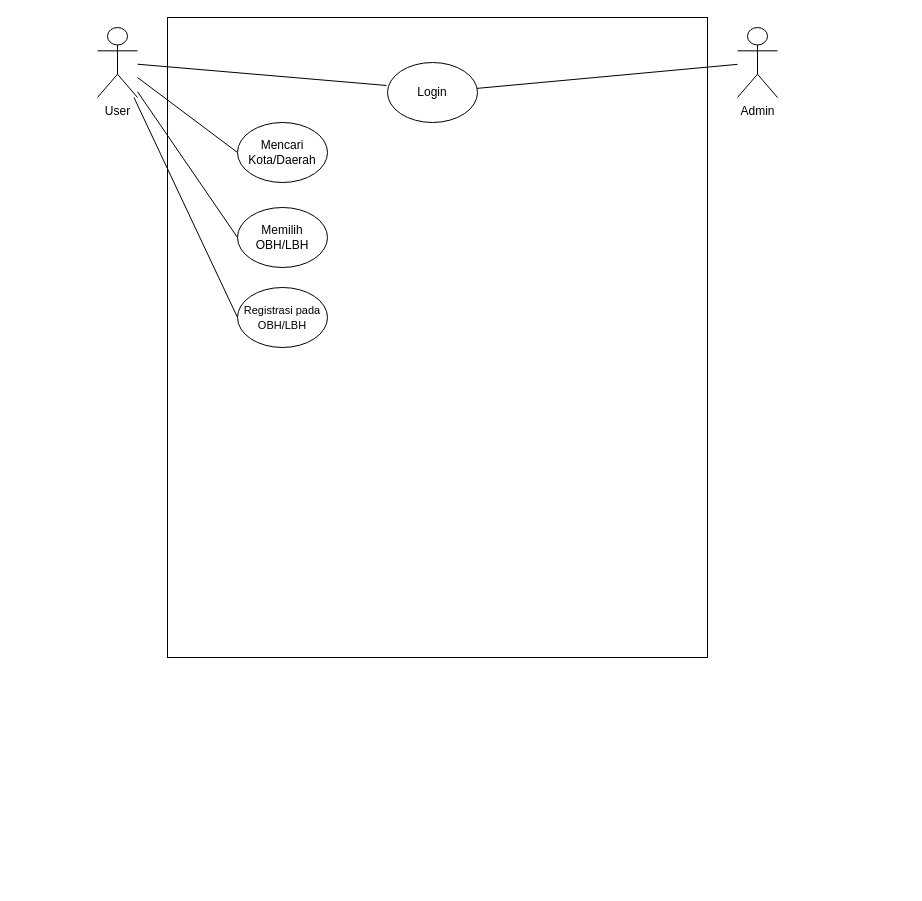
naufalfirman23/FILE-DIAGRAM keeps this draw.io diagram as All_Diagram-PUI.drawio. Above is the earlier version. Source tidied: cells renumbered, new cells numbered last; positions are measured from the earlier drawing's top-left corner, leaving out a move shared by most shapes. Both pictures are drawn from the tidied source at 100%, with x=0, y=0 at pixel (97, 17).
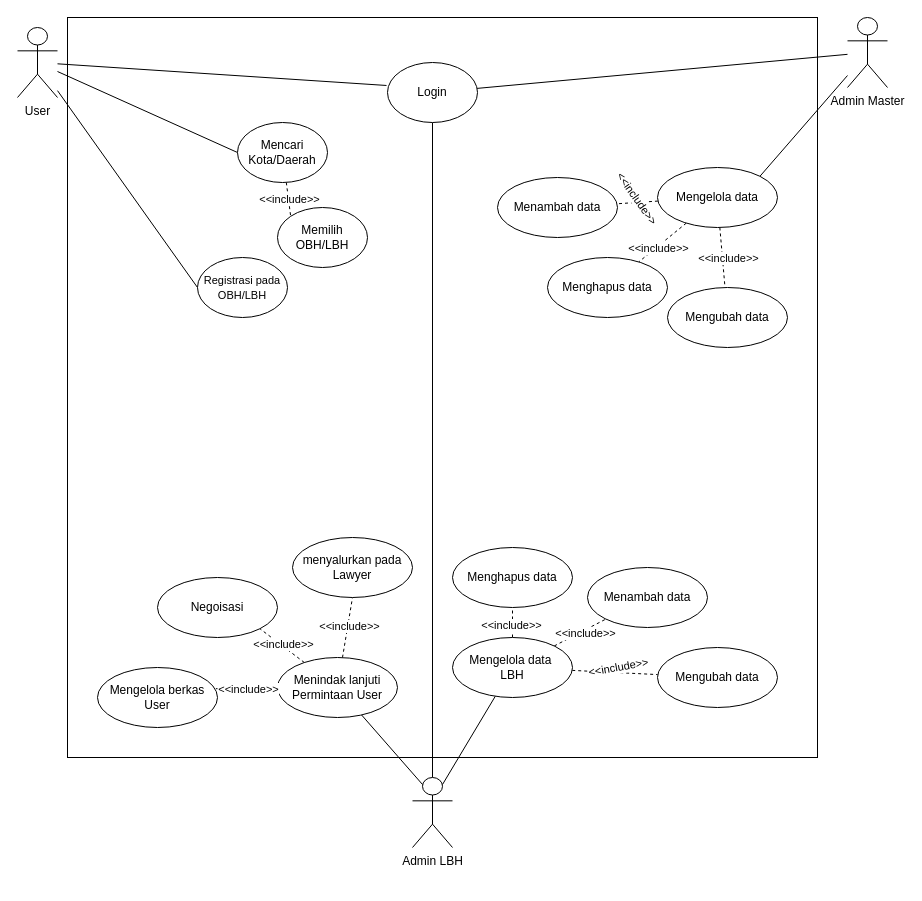
Above is the later version.

Unchanged cells that the change refers to:
```xml
<mxCell id="9" value="Login" style="ellipse;whiteSpace=wrap;html=1;" parent="1" vertex="1">
  <mxGeometry x="290" y="45" width="90" height="60" as="geometry" />
</mxCell>
<mxCell id="11" value="Mencari Kota/Daerah" style="ellipse;whiteSpace=wrap;html=1;" parent="1" vertex="1">
  <mxGeometry x="140" y="105" width="90" height="60" as="geometry" />
</mxCell>
```

The edit, as a diff of the source:
```diff
@@
-    <mxCell id="2" style="rounded=0;whiteSpace=wrap;html=1;" parent="1" vertex="1">
-      <mxGeometry x="70" width="540" height="640" as="geometry" />
-    </mxCell>
+    <mxCell id="14" style="rounded=0;whiteSpace=wrap;html=1;" parent="1" vertex="1">
+      <mxGeometry x="-30" width="750" height="740" as="geometry" />
+    </mxCell>
@@
+    <mxCell id="15" style="rounded=0;jettySize=auto;html=1;entryX=1;entryY=0;entryDx=0;entryDy=0;endArrow=none;endFill=0;" parent="1" edge="1" source="4" target="22">
+      <mxGeometry relative="1" as="geometry" />
+    </mxCell>
-    <mxCell id="4" value="Admin" style="shape=umlActor;verticalLabelPosition=bottom;verticalAlign=top;html=1;outlineConnect=0;" parent="1" vertex="1">
-      <mxGeometry x="640" y="10" width="40" height="70" as="geometry" />
+    <mxCell id="4" value="Admin Master" style="shape=umlActor;verticalLabelPosition=bottom;verticalAlign=top;html=1;outlineConnect=0;" parent="1" vertex="1">
+      <mxGeometry x="750" width="40" height="70" as="geometry" />
     </mxCell>
@@
-    <mxCell id="6" style="rounded=0;jettySize=auto;html=1;entryX=0;entryY=0.5;entryDx=0;entryDy=0;endArrow=none;endFill=0;" parent="1" edge="1" source="8" target="12">
-      <mxGeometry relative="1" as="geometry" />
-    </mxCell>
@@
     <mxCell id="8" value="User" style="shape=umlActor;verticalLabelPosition=bottom;verticalAlign=top;html=1;outlineConnect=0;" parent="1" vertex="1">
-      <mxGeometry y="10" width="40" height="70" as="geometry" />
+      <mxGeometry x="-80" y="10" width="40" height="70" as="geometry" />
     </mxCell>
+    <mxCell id="16" style="rounded=0;jettySize=auto;html=1;endArrow=none;endFill=0;" parent="1" edge="1" source="9" target="29">
+      <mxGeometry relative="1" as="geometry" />
+    </mxCell>
@@
+    <mxCell id="17" style="rounded=0;jettySize=auto;html=1;entryX=0;entryY=0;entryDx=0;entryDy=0;endArrow=none;endFill=0;dashed=1;" parent="1" edge="1" source="11" target="12">
+      <mxGeometry relative="1" as="geometry" />
+    </mxCell>
+    <mxCell id="18" value="&amp;lt;&amp;lt;include&amp;gt;&amp;gt;" style="edgeLabel;html=1;align=center;verticalAlign=middle;" parent="17" vertex="1">
+      <mxGeometry x="-0.37" y="-1" relative="1" as="geometry">
+        <mxPoint x="2" y="6" as="offset" />
+      </mxGeometry>
+    </mxCell>
@@
     <mxCell id="12" value="Memilih OBH/LBH" style="ellipse;whiteSpace=wrap;html=1;" parent="1" vertex="1">
-      <mxGeometry x="140" y="190" width="90" height="60" as="geometry" />
+      <mxGeometry x="180" y="190" width="90" height="60" as="geometry" />
     </mxCell>
     <mxCell id="13" value="&lt;font style=&quot;font-size: 11px;&quot;&gt;Registrasi pada OBH/LBH&lt;/font&gt;" style="ellipse;whiteSpace=wrap;html=1;" parent="1" vertex="1">
-      <mxGeometry x="140" y="270" width="90" height="60" as="geometry" />
+      <mxGeometry x="100" y="240" width="90" height="60" as="geometry" />
     </mxCell>
+    <mxCell id="19" style="rounded=0;jettySize=auto;html=1;endArrow=none;endFill=0;dashed=1;" parent="1" edge="1" source="22" target="24">
+      <mxGeometry relative="1" as="geometry" />
+    </mxCell>
+    <mxCell id="20" style="rounded=0;jettySize=auto;html=1;endArrow=none;endFill=0;dashed=1;" parent="1" edge="1" source="22" target="23">
+      <mxGeometry relative="1" as="geometry" />
+    </mxCell>
+    <mxCell id="21" style="rounded=0;jettySize=auto;html=1;endArrow=none;endFill=0;dashed=1;" parent="1" edge="1" source="22" target="25">
+      <mxGeometry relative="1" as="geometry" />
+    </mxCell>
+    <mxCell id="22" value="Mengelola data" style="ellipse;whiteSpace=wrap;html=1;" parent="1" vertex="1">
+      <mxGeometry x="560" y="150" width="120" height="60" as="geometry" />
+    </mxCell>
+    <mxCell id="23" value="Menghapus data" style="ellipse;whiteSpace=wrap;html=1;" parent="1" vertex="1">
+      <mxGeometry x="450" y="240" width="120" height="60" as="geometry" />
+    </mxCell>
+    <mxCell id="24" value="Menambah data" style="ellipse;whiteSpace=wrap;html=1;" parent="1" vertex="1">
+      <mxGeometry x="400" y="160" width="120" height="60" as="geometry" />
+    </mxCell>
+    <mxCell id="25" value="Mengubah data" style="ellipse;whiteSpace=wrap;html=1;" parent="1" vertex="1">
+      <mxGeometry x="570" y="270" width="120" height="60" as="geometry" />
+    </mxCell>
+    <mxCell id="26" value="&amp;lt;&amp;lt;include&amp;gt;&amp;gt;" style="edgeLabel;html=1;align=center;verticalAlign=middle;" parent="1" vertex="1">
+      <mxGeometry x="630" y="240" as="geometry" />
+    </mxCell>
+    <mxCell id="27" value="&amp;lt;&amp;lt;include&amp;gt;&amp;gt;" style="edgeLabel;html=1;align=center;verticalAlign=middle;" parent="1" vertex="1">
+      <mxGeometry x="560" y="230" as="geometry" />
+    </mxCell>
+    <mxCell id="28" value="&amp;lt;&amp;lt;include&amp;gt;&amp;gt;" style="edgeLabel;html=1;align=center;verticalAlign=middle;rotation=55;" parent="1" vertex="1">
+      <mxGeometry x="540" y="180" as="geometry" />
+    </mxCell>
+    <mxCell id="29" value="Admin LBH&lt;div&gt;&lt;br&gt;&lt;/div&gt;" style="shape=umlActor;verticalLabelPosition=bottom;verticalAlign=top;html=1;outlineConnect=0;" parent="1" vertex="1">
+      <mxGeometry x="315" y="760" width="40" height="70" as="geometry" />
+    </mxCell>
+    <mxCell id="30" style="rounded=0;jettySize=auto;html=1;endArrow=none;endFill=0;dashed=1;" parent="1" edge="1" source="34" target="36">
+      <mxGeometry relative="1" as="geometry" />
+    </mxCell>
+    <mxCell id="31" style="rounded=0;jettySize=auto;html=1;endArrow=none;endFill=0;dashed=1;" parent="1" edge="1" source="34" target="35">
+      <mxGeometry relative="1" as="geometry" />
+    </mxCell>
+    <mxCell id="32" style="rounded=0;jettySize=auto;html=1;endArrow=none;endFill=0;dashed=1;" parent="1" edge="1" source="34" target="37">
+      <mxGeometry relative="1" as="geometry" />
+    </mxCell>
+    <mxCell id="33" style="rounded=0;jettySize=auto;html=1;endArrow=none;endFill=0;entryX=0.75;entryY=0.1;entryDx=0;entryDy=0;entryPerimeter=0;" parent="1" edge="1" source="34" target="29">
+      <mxGeometry relative="1" as="geometry" />
+    </mxCell>
+    <mxCell id="34" value="Mengelola data&amp;nbsp;&lt;div&gt;LBH&lt;/div&gt;" style="ellipse;whiteSpace=wrap;html=1;" parent="1" vertex="1">
+      <mxGeometry x="355" y="620" width="120" height="60" as="geometry" />
+    </mxCell>
+    <mxCell id="35" value="Menghapus data" style="ellipse;whiteSpace=wrap;html=1;" parent="1" vertex="1">
+      <mxGeometry x="355" y="530" width="120" height="60" as="geometry" />
+    </mxCell>
+    <mxCell id="36" value="Menambah data" style="ellipse;whiteSpace=wrap;html=1;" parent="1" vertex="1">
+      <mxGeometry x="490" y="550" width="120" height="60" as="geometry" />
+    </mxCell>
+    <mxCell id="37" value="Mengubah data" style="ellipse;whiteSpace=wrap;html=1;" parent="1" vertex="1">
+      <mxGeometry x="560" y="630" width="120" height="60" as="geometry" />
+    </mxCell>
+    <mxCell id="38" value="&amp;lt;&amp;lt;include&amp;gt;&amp;gt;" style="edgeLabel;html=1;align=center;verticalAlign=middle;" parent="1" vertex="1">
+      <mxGeometry x="294" y="608" as="geometry">
+        <mxPoint x="193" y="7" as="offset" />
+      </mxGeometry>
+    </mxCell>
+    <mxCell id="39" value="&amp;lt;&amp;lt;include&amp;gt;&amp;gt;" style="edgeLabel;html=1;align=center;verticalAlign=middle;" parent="1" vertex="1">
+      <mxGeometry x="413" y="607" as="geometry" />
+    </mxCell>
+    <mxCell id="40" value="&amp;lt;&amp;lt;include&amp;gt;&amp;gt;" style="edgeLabel;html=1;align=center;verticalAlign=middle;rotation=-10;" parent="1" vertex="1">
+      <mxGeometry x="520" y="650" as="geometry" />
+    </mxCell>
+    <mxCell id="41" style="rounded=0;jettySize=auto;html=1;entryX=0.5;entryY=1;entryDx=0;entryDy=0;dashed=1;endArrow=none;endFill=0;" parent="1" edge="1" source="45" target="46">
+      <mxGeometry relative="1" as="geometry" />
+    </mxCell>
+    <mxCell id="42" value="&amp;lt;&amp;lt;include&amp;gt;&amp;gt;" style="edgeLabel;html=1;align=center;verticalAlign=middle;" parent="41" vertex="1">
+      <mxGeometry x="0.05" y="-1" relative="1" as="geometry" />
+    </mxCell>
+    <mxCell id="43" style="rounded=0;jettySize=auto;html=1;entryX=1;entryY=1;entryDx=0;entryDy=0;dashed=1;endArrow=none;endFill=0;" parent="1" edge="1" source="45" target="47">
+      <mxGeometry relative="1" as="geometry" />
+    </mxCell>
+    <mxCell id="44" value="&amp;lt;&amp;lt;include&amp;gt;&amp;gt;" style="edgeLabel;html=1;align=center;verticalAlign=middle;" parent="43" vertex="1">
+      <mxGeometry y="-2" relative="1" as="geometry" />
+    </mxCell>
+    <mxCell id="45" value="Menindak lanjuti&lt;div&gt;Permintaan User&lt;/div&gt;" style="ellipse;whiteSpace=wrap;html=1;" parent="1" vertex="1">
+      <mxGeometry x="180" y="640" width="120" height="60" as="geometry" />
+    </mxCell>
+    <mxCell id="46" value="menyalurkan pada Lawyer" style="ellipse;whiteSpace=wrap;html=1;" parent="1" vertex="1">
+      <mxGeometry x="195" y="520" width="120" height="60" as="geometry" />
+    </mxCell>
+    <mxCell id="47" value="Negoisasi" style="ellipse;whiteSpace=wrap;html=1;" parent="1" vertex="1">
+      <mxGeometry x="60" y="560" width="120" height="60" as="geometry" />
+    </mxCell>
+    <mxCell id="48" value="Mengelola berkas User" style="ellipse;whiteSpace=wrap;html=1;" parent="1" vertex="1">
+      <mxGeometry y="650" width="120" height="60" as="geometry" />
+    </mxCell>
+    <mxCell id="49" style="rounded=0;jettySize=auto;html=1;entryX=0.986;entryY=0.353;entryDx=0;entryDy=0;entryPerimeter=0;dashed=1;endArrow=none;endFill=0;" parent="1" edge="1" source="45" target="48">
+      <mxGeometry relative="1" as="geometry" />
+    </mxCell>
+    <mxCell id="50" value="&amp;lt;&amp;lt;include&amp;gt;&amp;gt;" style="edgeLabel;html=1;align=center;verticalAlign=middle;" parent="49" vertex="1">
+      <mxGeometry x="-0.04" y="1" relative="1" as="geometry" />
+    </mxCell>
+    <mxCell id="51" style="rounded=0;jettySize=auto;html=1;entryX=0.25;entryY=0.1;entryDx=0;entryDy=0;entryPerimeter=0;endArrow=none;endFill=0;" parent="1" edge="1" source="45" target="29">
+      <mxGeometry relative="1" as="geometry" />
+    </mxCell>
```
